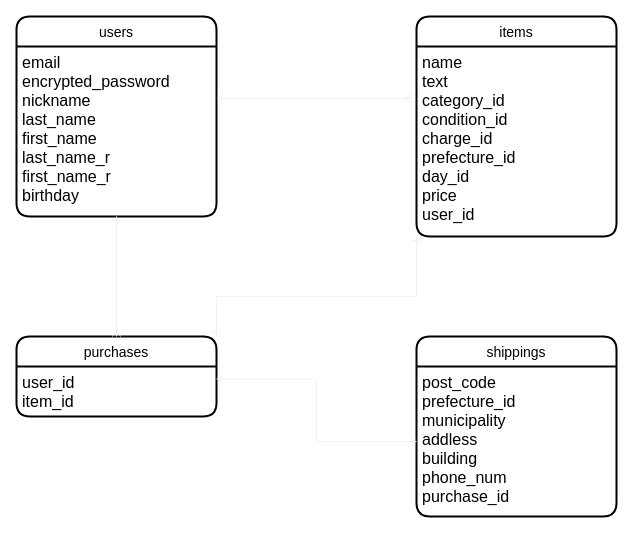
Before: er.dio in jinkeipooh/furima-35952, a draw.io diagram. Source tidied: cells renumbered, new cells numbered last; positions are measured from the earlier drawing's top-left corner, leaving out a move shared by most shapes. Both pictures are drawn from the tidied source at 100%, with x=0, y=0 at pixel (16, 16).
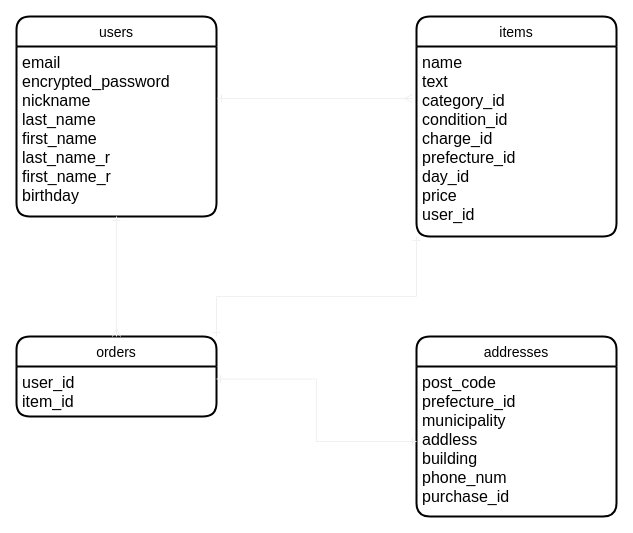
After the change.

What changed in the source:
```diff
@@
 <mxGraphModel>
   <root>
     <mxCell id="0" />
     <mxCell id="1" parent="0" />
     <mxCell id="2" value="users" style="swimlane;horizontal=1;startSize=30;rounded=1;fontSize=14;fontStyle=0;strokeWidth=2;shadow=0;dashed=0;align=center;" parent="1" vertex="1">
       <mxGeometry width="200" height="200" as="geometry" />
     </mxCell>
     <mxCell id="3" value="email&#10;encrypted_password&#10;nickname&#10;last_name&#10;first_name&#10;last_name_r&#10;first_name_r&#10;birthday" style="align=left;strokeColor=none;fillColor=none;spacingLeft=4;fontSize=16;verticalAlign=top;" parent="2" vertex="1">
       <mxGeometry y="30" width="200" height="170" as="geometry" />
     </mxCell>
     <mxCell id="4" value="items" style="swimlane;horizontal=1;startSize=30;rounded=1;fontSize=14;fontStyle=0;strokeWidth=2;shadow=0;dashed=0;align=center;" parent="1" vertex="1">
       <mxGeometry x="400" width="200" height="220" as="geometry" />
     </mxCell>
     <mxCell id="5" value="name&#10;text&#10;category_id&#10;condition_id&#10;charge_id&#10;prefecture_id&#10;day_id&#10;price&#10;user_id&#10;&#10;" style="align=left;strokeColor=none;fillColor=none;spacingLeft=4;fontSize=16;verticalAlign=top;" parent="4" vertex="1">
       <mxGeometry y="30" width="200" height="190" as="geometry" />
     </mxCell>
-    <mxCell id="6" value="shippings" style="swimlane;horizontal=1;startSize=30;rounded=1;fontSize=14;fontStyle=0;strokeWidth=2;shadow=0;dashed=0;align=center;" parent="1" vertex="1">
+    <mxCell id="6" value="addresses" style="swimlane;horizontal=1;startSize=30;rounded=1;fontSize=14;fontStyle=0;strokeWidth=2;shadow=0;dashed=0;align=center;" parent="1" vertex="1">
       <mxGeometry x="400" y="320" width="200" height="180" as="geometry" />
     </mxCell>
     <mxCell id="7" value="post_code&#10;prefecture_id&#10;municipality&#10;addless&#10;building&#10;phone_num&#10;purchase_id" style="align=left;strokeColor=none;fillColor=none;spacingLeft=4;fontSize=16;verticalAlign=top;" parent="6" vertex="1">
       <mxGeometry y="30" width="200" height="150" as="geometry" />
     </mxCell>
-    <mxCell id="8" value="purchases" style="swimlane;horizontal=1;startSize=30;rounded=1;fontSize=14;fontStyle=0;strokeWidth=2;shadow=0;dashed=0;align=center;" parent="1" vertex="1">
+    <mxCell id="8" value="orders" style="swimlane;horizontal=1;startSize=30;rounded=1;fontSize=14;fontStyle=0;strokeWidth=2;shadow=0;dashed=0;align=center;" parent="1" vertex="1">
       <mxGeometry y="320" width="200" height="80" as="geometry" />
     </mxCell>
     <mxCell id="9" value="user_id&#10;item_id" style="align=left;strokeColor=none;fillColor=none;spacingLeft=4;fontSize=16;verticalAlign=top;" parent="8" vertex="1">
       <mxGeometry y="30" width="200" height="50" as="geometry" />
     </mxCell>
     <mxCell id="10" style="edgeStyle=orthogonalEdgeStyle;jettySize=auto;html=1;exitX=1.005;exitY=0.306;exitDx=0;exitDy=0;fontSize=16;targetPerimeterSpacing=0;startArrow=ERone;startFill=0;endArrow=ERmany;endFill=0;strokeWidth=1;rounded=0;strokeColor=#F0F0F0;exitPerimeter=0;" parent="1" edge="1" source="3">
       <mxGeometry relative="1" as="geometry">
         <mxPoint x="396" y="82" as="targetPoint" />
       </mxGeometry>
     </mxCell>
     <mxCell id="11" style="edgeStyle=orthogonalEdgeStyle;rounded=0;jettySize=auto;html=1;exitX=0.5;exitY=1;exitDx=0;exitDy=0;entryX=0.5;entryY=0;entryDx=0;entryDy=0;startArrow=ERone;startFill=0;endArrow=ERmany;endFill=0;targetPerimeterSpacing=0;strokeColor=#F0F0F0;strokeWidth=1;fontSize=16;" parent="1" edge="1" source="3" target="8">
       <mxGeometry relative="1" as="geometry" />
     </mxCell>
     <mxCell id="12" style="edgeStyle=orthogonalEdgeStyle;rounded=0;jettySize=auto;html=1;exitX=0;exitY=0.5;exitDx=0;exitDy=0;entryX=1;entryY=0.25;entryDx=0;entryDy=0;startArrow=ERone;startFill=0;endArrow=ERone;endFill=0;targetPerimeterSpacing=0;strokeColor=#F0F0F0;strokeWidth=1;fontSize=16;" parent="1" edge="1" source="7" target="9">
       <mxGeometry relative="1" as="geometry" />
     </mxCell>
     <mxCell id="13" style="edgeStyle=orthogonalEdgeStyle;rounded=0;jettySize=auto;html=1;exitX=0;exitY=1;exitDx=0;exitDy=0;entryX=1;entryY=0;entryDx=0;entryDy=0;startArrow=ERone;startFill=0;endArrow=ERone;endFill=0;targetPerimeterSpacing=0;strokeColor=#F0F0F0;strokeWidth=1;fontSize=16;" parent="1" edge="1" source="5" target="8">
       <mxGeometry relative="1" as="geometry">
         <Array as="points">
           <mxPoint x="400" y="280" />
           <mxPoint x="200" y="280" />
         </Array>
       </mxGeometry>
     </mxCell>
   </root>
 </mxGraphModel>
```
